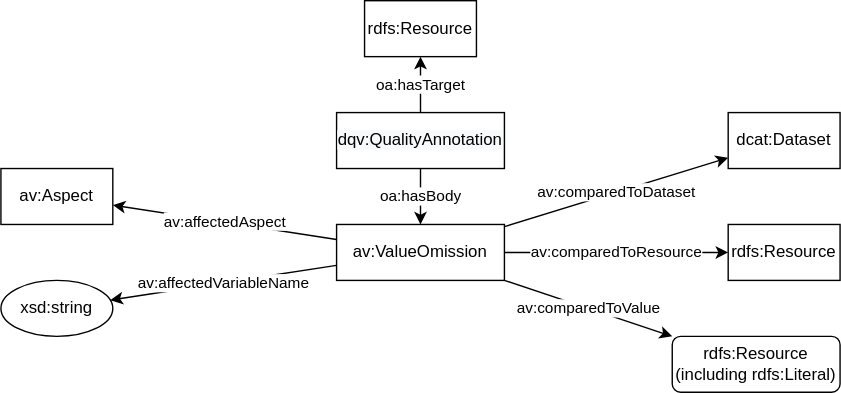
Earlier version of the draw.io export valueOmissionGraph.svg (fusion-jena/abecto-vocabulary). Source tidied: cells renumbered, new cells last; positions are measured from the earlier drawing's top-left corner, leaving out a move shared by most shapes. The source it was exported from:
```xml
<mxGraphModel>
  <root>
    <mxCell id="0" />
    <mxCell id="1" parent="0" />
    <mxCell id="2" value="oa:hasTarget" style="edgeStyle=none;rounded=0;jettySize=auto;html=1;" parent="1" edge="1" source="15" target="12">
      <mxGeometry relative="1" as="geometry" />
    </mxCell>
    <mxCell id="3" value="av:comparedToResource" style="edgeStyle=none;rounded=0;jettySize=auto;html=1;" parent="1" edge="1" source="4" target="11">
      <mxGeometry relative="1" as="geometry" />
    </mxCell>
    <mxCell id="4" value="av:ValueOmission" style="whiteSpace=wrap;html=1;" parent="1" vertex="1">
      <mxGeometry x="240" y="160" width="120" height="40" as="geometry" />
    </mxCell>
    <mxCell id="5" value="av:affectedAspect" style="edgeStyle=none;rounded=0;jettySize=auto;html=1;" parent="1" edge="1" source="4" target="8">
      <mxGeometry relative="1" as="geometry" />
    </mxCell>
    <mxCell id="6" value="av:affectedVariableName" style="edgeStyle=none;rounded=0;jettySize=auto;html=1;" parent="1" edge="1" source="4" target="7">
      <mxGeometry relative="1" as="geometry" />
    </mxCell>
    <mxCell id="7" value="xsd:string" style="ellipse;whiteSpace=wrap;html=1;" parent="1" vertex="1">
      <mxGeometry y="200" width="80" height="40" as="geometry" />
    </mxCell>
    <mxCell id="8" value="av:Aspect" style="whiteSpace=wrap;html=1;" parent="1" vertex="1">
      <mxGeometry y="120" width="80" height="40" as="geometry" />
    </mxCell>
    <mxCell id="9" value="dcat:Dataset" style="whiteSpace=wrap;html=1;" parent="1" vertex="1">
      <mxGeometry x="520" y="80" width="80" height="40" as="geometry" />
    </mxCell>
    <mxCell id="10" value="av:comparedToDataset" style="jettySize=auto;html=1;" parent="1" edge="1" source="4" target="9">
      <mxGeometry relative="1" as="geometry" />
    </mxCell>
    <mxCell id="11" value="rdfs:Resource" style="whiteSpace=wrap;html=1;" parent="1" vertex="1">
      <mxGeometry x="520" y="160" width="80" height="40" as="geometry" />
    </mxCell>
    <mxCell id="12" value="rdfs:Resource" style="whiteSpace=wrap;html=1;" parent="1" vertex="1">
      <mxGeometry x="260" width="80" height="40" as="geometry" />
    </mxCell>
    <mxCell id="13" value="av:comparedToValue" style="edgeStyle=none;rounded=0;jettySize=auto;html=1;" parent="1" edge="1" source="4" target="14">
      <mxGeometry relative="1" as="geometry" />
    </mxCell>
    <mxCell id="14" value="rdfs:Resource (including rdfs:Literal)" style="whiteSpace=wrap;html=1;rounded=1;" parent="1" vertex="1">
      <mxGeometry x="480" y="240" width="120" height="40" as="geometry" />
    </mxCell>
    <mxCell id="15" value="&lt;meta charset=&quot;utf-8&quot;&gt;&lt;span style=&quot;color: rgb(0, 0, 0); font-family: helvetica; font-size: 12px; font-style: normal; font-weight: 400; letter-spacing: normal; text-align: left; text-indent: 0px; text-transform: none; word-spacing: 0px; background-color: rgb(248, 249, 250); display: inline; float: none;&quot;&gt;dqv:QualityAnnotation&lt;/span&gt;" style="whiteSpace=wrap;html=1;" parent="1" vertex="1">
      <mxGeometry x="240" y="80" width="120" height="40" as="geometry" />
    </mxCell>
    <mxCell id="16" value="oa:hasBody" style="edgeStyle=none;rounded=0;jettySize=auto;html=1;" parent="1" edge="1" source="15" target="4">
      <mxGeometry relative="1" as="geometry" />
    </mxCell>
  </root>
</mxGraphModel>
```
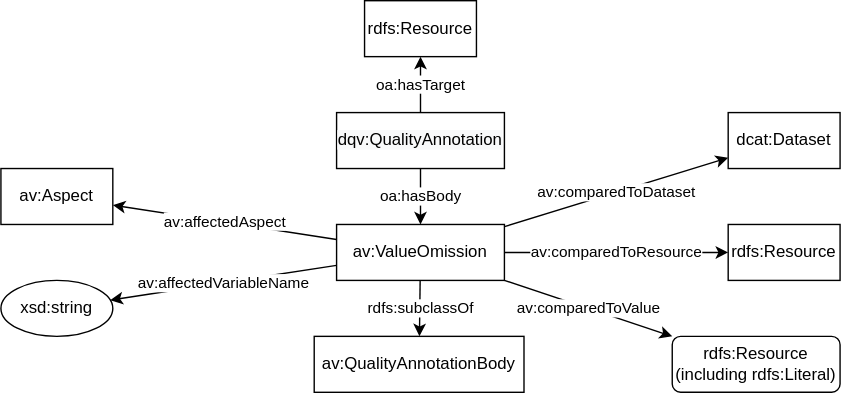
Later version of the same file.

Diff of the diagram source:
```diff
@@ -47,5 +47,11 @@
     <mxCell id="16" value="oa:hasBody" style="edgeStyle=none;rounded=0;jettySize=auto;html=1;" parent="1" edge="1" source="15" target="4">
       <mxGeometry relative="1" as="geometry" />
     </mxCell>
+    <mxCell id="17" value="av:QualityAnnotationBody" style="whiteSpace=wrap;html=1;" parent="1" vertex="1">
+      <mxGeometry x="224" y="240" width="150" height="40" as="geometry" />
+    </mxCell>
+    <mxCell id="18" value="rdfs:subclassOf" style="edgeStyle=none;rounded=0;jettySize=auto;html=1;" parent="1" edge="1" source="4" target="17">
+      <mxGeometry relative="1" as="geometry" />
+    </mxCell>
   </root>
 </mxGraphModel>
```
